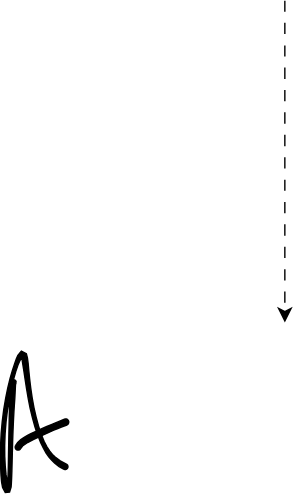
Above: docs/muse/Untitled Diagram.drawio.svg in hville/hville.github.io (draw.io), before the change. Source tidied: cells renumbered, new cells last; positions are measured from the earlier drawing's top-left corner, leaving out a move shared by most shapes. Source of this version:
```xml
<mxGraphModel>
  <root>
    <mxCell id="0" />
    <mxCell id="1" parent="0" />
    <mxCell id="2" style="edgeStyle=none;orthogonalLoop=1;jettySize=auto;html=1;rounded=0;fontSize=12;defaultLabelBackgroundColor=page;startSize=8;endSize=8;curved=1;dashed=1;dashPattern=8 8;" parent="1" edge="1">
      <mxGeometry relative="1" as="geometry">
        <mxPoint x="203" as="sourcePoint" />
        <mxPoint x="203" y="230" as="targetPoint" />
      </mxGeometry>
    </mxCell>
    <mxCell id="3" style="shape=(stored shape, 1720 characters);lineShape=1;strokeColor=default;" parent="1" vertex="1">
      <mxGeometry x="-0.2" y="250.3" width="48.3" height="101.1" as="geometry" />
    </mxCell>
    <mxCell id="4" style="shape=(stored shape, 872 characters);lineShape=1;strokeColor=default;" parent="1" vertex="1">
      <mxGeometry x="10.3" y="298.8" width="38.3" height="22.3" as="geometry" />
    </mxCell>
  </root>
</mxGraphModel>
```
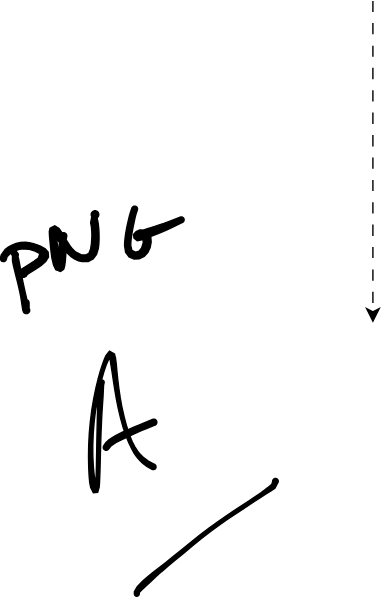
Above is the later version.

The edit, as a diff of the source:
```diff
@@ -14,5 +14,20 @@
     <mxCell id="4" style="shape=(stored shape, 872 characters);lineShape=1;strokeColor=default;" parent="1" vertex="1">
       <mxGeometry x="10.3" y="298.8" width="38.3" height="22.3" as="geometry" />
     </mxCell>
+    <mxCell id="5" style="shape=(stored shape, 1056 characters);lineShape=1;strokeColor=default;" parent="1" vertex="1">
+      <mxGeometry x="32.5" y="341.2" width="102.8" height="84.2" as="geometry" />
+    </mxCell>
+    <mxCell id="6" style="shape=(stored shape, 1240 characters);lineShape=1;strokeColor=default;" parent="1" vertex="1">
+      <mxGeometry x="-55.2" y="178.6" width="12.9" height="44.9" as="geometry" />
+    </mxCell>
+    <mxCell id="7" style="shape=(stored shape, 1128 characters);lineShape=1;strokeColor=default;" parent="1" vertex="1">
+      <mxGeometry x="-63.2" y="172.4" width="34.4" height="25" as="geometry" />
+    </mxCell>
+    <mxCell id="8" style="shape=(stored shape, 1296 characters);lineShape=1;strokeColor=default;" parent="1" vertex="1">
+      <mxGeometry x="-28.3" y="150" width="35.6" height="43.4" as="geometry" />
+    </mxCell>
+    <mxCell id="9" style="shape=(stored shape, 1216 characters);lineShape=1;strokeColor=default;" parent="1" vertex="1">
+      <mxGeometry x="25.5" y="146.6" width="42.6" height="37.9" as="geometry" />
+    </mxCell>
   </root>
 </mxGraphModel>
```
